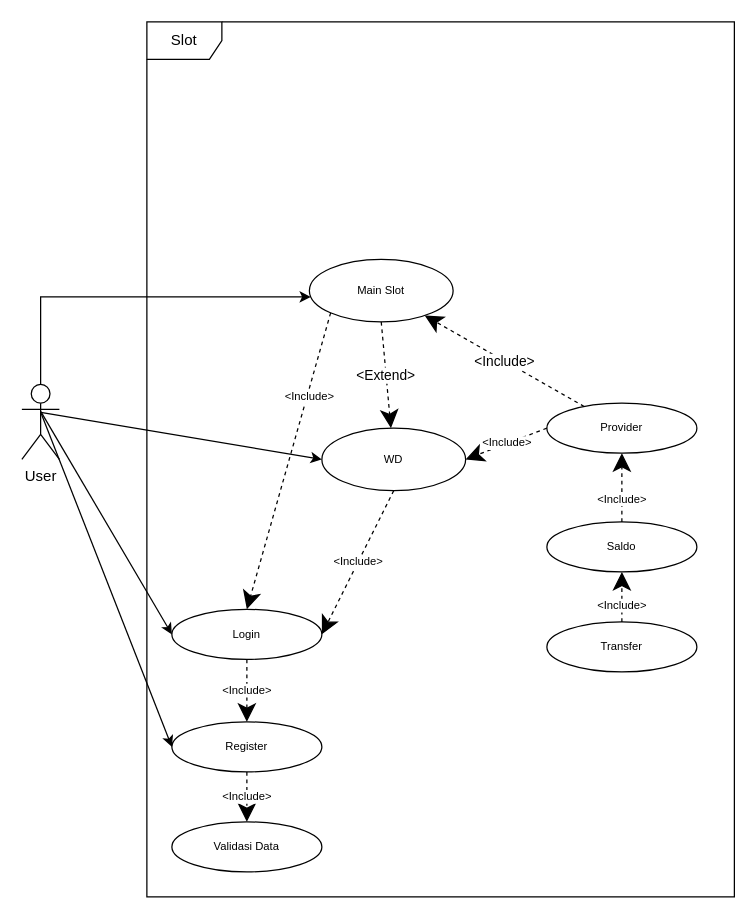
Before: page "UseCase Slot" (5 of 5) of slot.drawio in irvansindy/slot, a draw.io diagram. Source tidied: cells renumbered, new cells numbered last; positions are measured from the earlier drawing's top-left corner, leaving out a move shared by most shapes. Both pictures are drawn from the tidied source at 125%, with x=0, y=0 at pixel (21, 21).
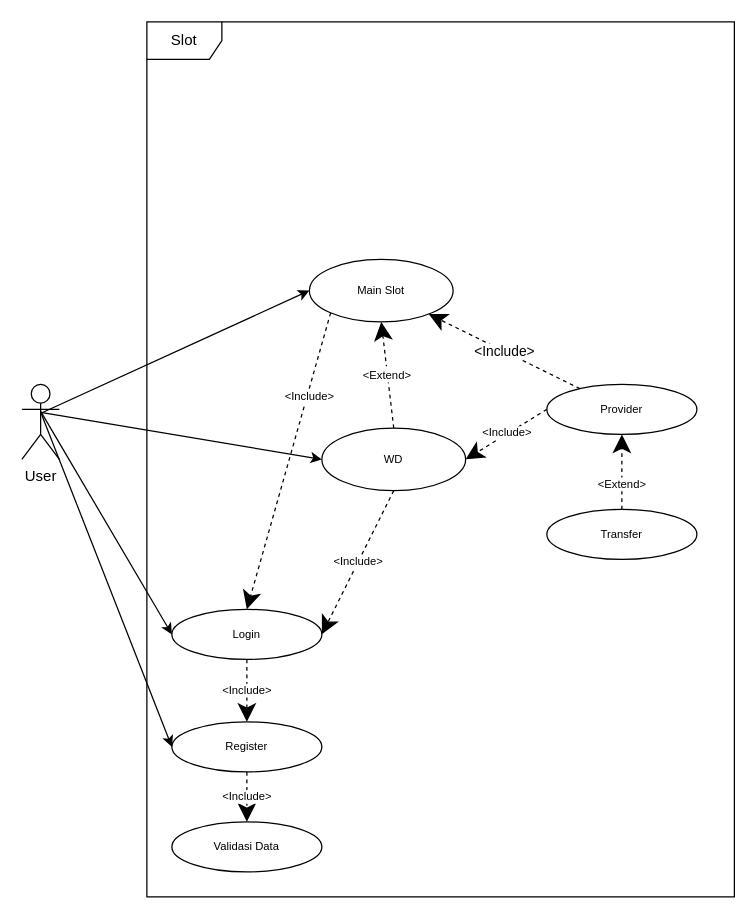
Above is the later version.

The change refers to these unchanged cells:
```xml
<mxCell id="4" value="User" style="shape=umlActor;verticalLabelPosition=bottom;verticalAlign=top;html=1;" parent="1" vertex="1">
  <mxGeometry y="290" width="30" height="60" as="geometry" />
</mxCell>
<mxCell id="12" value="WD" style="ellipse;whiteSpace=wrap;html=1;fontSize=9;" parent="1" vertex="1">
  <mxGeometry x="240" y="325" width="115" height="50" as="geometry" />
</mxCell>
<mxCell id="20" value="Main Slot" style="ellipse;whiteSpace=wrap;html=1;fontSize=9;" parent="1" vertex="1">
  <mxGeometry x="230" y="190" width="115" height="50" as="geometry" />
</mxCell>
```

What changed in the source:
```diff
@@
-    <mxCell id="3" style="edgeStyle=orthogonalEdgeStyle;rounded=0;jettySize=auto;html=1;" parent="1" edge="1" source="4" target="20">
-      <mxGeometry relative="1" as="geometry">
-        <Array as="points">
-          <mxPoint x="15" y="220" />
-        </Array>
-      </mxGeometry>
-    </mxCell>
@@
     <mxCell id="14" value="Provider" style="ellipse;whiteSpace=wrap;html=1;fontSize=9;" parent="1" vertex="1">
-      <mxGeometry x="420" y="305" width="120" height="40" as="geometry" />
+      <mxGeometry x="420" y="290" width="120" height="40" as="geometry" />
     </mxCell>
@@
-    <mxCell id="16" value="Saldo" style="ellipse;whiteSpace=wrap;html=1;fontSize=9;" parent="1" vertex="1">
-      <mxGeometry x="420" y="400" width="120" height="40" as="geometry" />
+    <mxCell id="16" value="Transfer" style="ellipse;whiteSpace=wrap;html=1;fontSize=9;" parent="1" vertex="1">
+      <mxGeometry x="420" y="390" width="120" height="40" as="geometry" />
     </mxCell>
@@
-    <mxCell id="18" value="&amp;lt;Include&amp;gt;" style="endArrow=classic;endSize=12;dashed=1;html=1;rounded=0;fontSize=9;exitX=0.5;exitY=0;exitDx=0;exitDy=0;entryX=0.5;entryY=1;entryDx=0;entryDy=0;endFill=1;" parent="1" edge="1" source="16" target="14">
+    <mxCell id="18" value="&amp;lt;Extend&amp;gt;" style="endArrow=classic;endSize=12;dashed=1;html=1;rounded=0;fontSize=9;exitX=0.5;exitY=0;exitDx=0;exitDy=0;entryX=0.5;entryY=1;entryDx=0;entryDy=0;endFill=1;" parent="1" edge="1" source="16" target="14">
       <mxGeometry x="-0.33" relative="1" as="geometry" />
     </mxCell>
@@
-    <mxCell id="22" value="&amp;lt;Extend&amp;gt;" style="endArrow=classic;endSize=12;dashed=1;html=1;rounded=0;exitX=0.5;exitY=1;exitDx=0;exitDy=0;endFill=1;" parent="1" edge="1" source="20" target="12">
+    <mxCell id="22" value="&lt;font style=&quot;font-size: 9px;&quot;&gt;&amp;lt;Extend&amp;gt;&lt;/font&gt;" style="endArrow=classic;endSize=12;dashed=1;html=1;rounded=0;exitX=0.5;exitY=0;exitDx=0;exitDy=0;endFill=1;entryX=0.5;entryY=1;entryDx=0;entryDy=0;" parent="1" edge="1" source="12" target="20">
       <mxGeometry relative="1" as="geometry" />
     </mxCell>
@@
-    <mxCell id="24" value="Transfer" style="ellipse;whiteSpace=wrap;html=1;fontSize=9;" parent="1" vertex="1">
-      <mxGeometry x="420" y="480" width="120" height="40" as="geometry" />
-    </mxCell>
-    <mxCell id="25" value="&amp;lt;Include&amp;gt;" style="endArrow=classic;endSize=12;dashed=1;html=1;rounded=0;fontSize=9;exitX=0.5;exitY=0;exitDx=0;exitDy=0;entryX=0.5;entryY=1;entryDx=0;entryDy=0;endFill=1;" parent="1" edge="1" source="24" target="16">
-      <mxGeometry x="-0.33" relative="1" as="geometry" />
-    </mxCell>
+    <mxCell id="3" style="endArrow=classic;html=1;rounded=0;fontSize=9;entryX=0;entryY=0.5;entryDx=0;entryDy=0;exitX=0.522;exitY=0.382;exitDx=0;exitDy=0;exitPerimeter=0;" parent="1" edge="1" source="4" target="20">
+      <mxGeometry relative="1" as="geometry" />
+    </mxCell>
```
